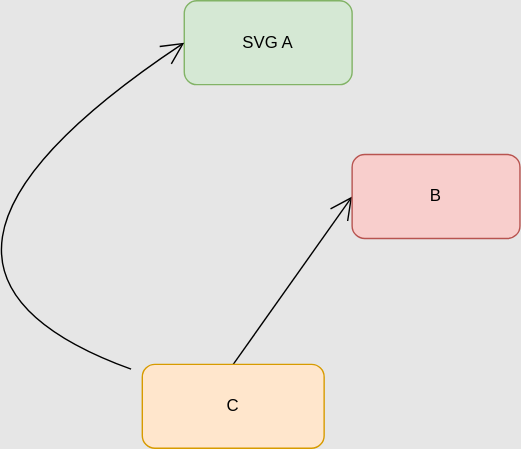
This is Test Embedding.drawio.svg from philip-gai/github-drawio-demo, a draw.io export, as it was before one commit. Source tidied: cells renumbered, new cells last; positions are measured from the earlier drawing's top-left corner, leaving out a move shared by most shapes.
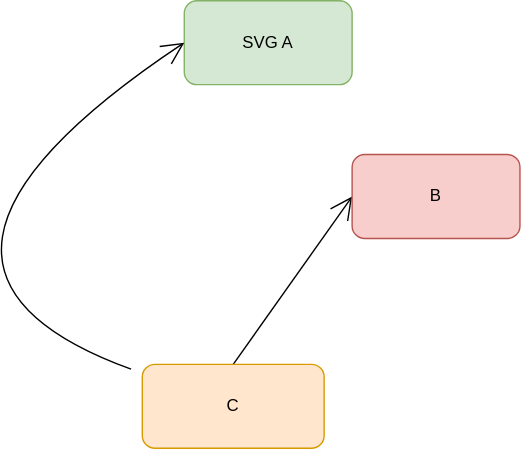
The same diagram one commit later.

What changed in the source:
```diff
@@ -1,4 +1,4 @@
-<mxGraphModel background="#E6E6E6">
+<mxGraphModel background="#FFFFFF">
   <root>
     <mxCell id="0" />
     <mxCell id="1" parent="0" />
```
